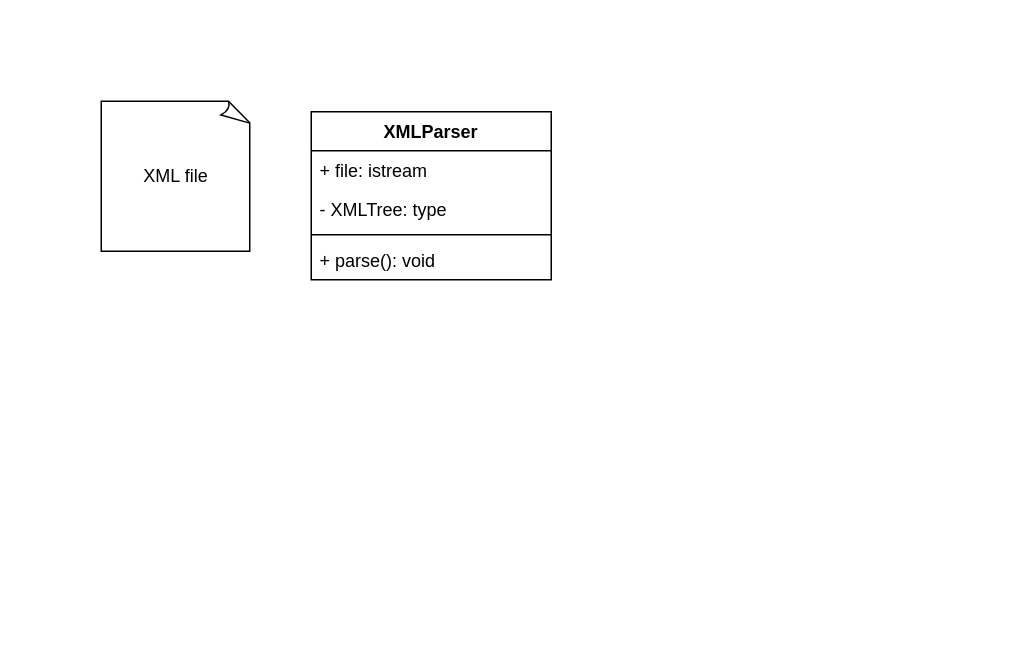
This is class_diagram.drawio from peiwand1/XML_Parser, a draw.io file, before an edit. Source tidied: cells renumbered, new cells numbered last; positions are measured from the earlier drawing's top-left corner, leaving out a move shared by most shapes. Both pictures are drawn from the tidied source at 150%, with x=0, y=0 at pixel (100, 100).
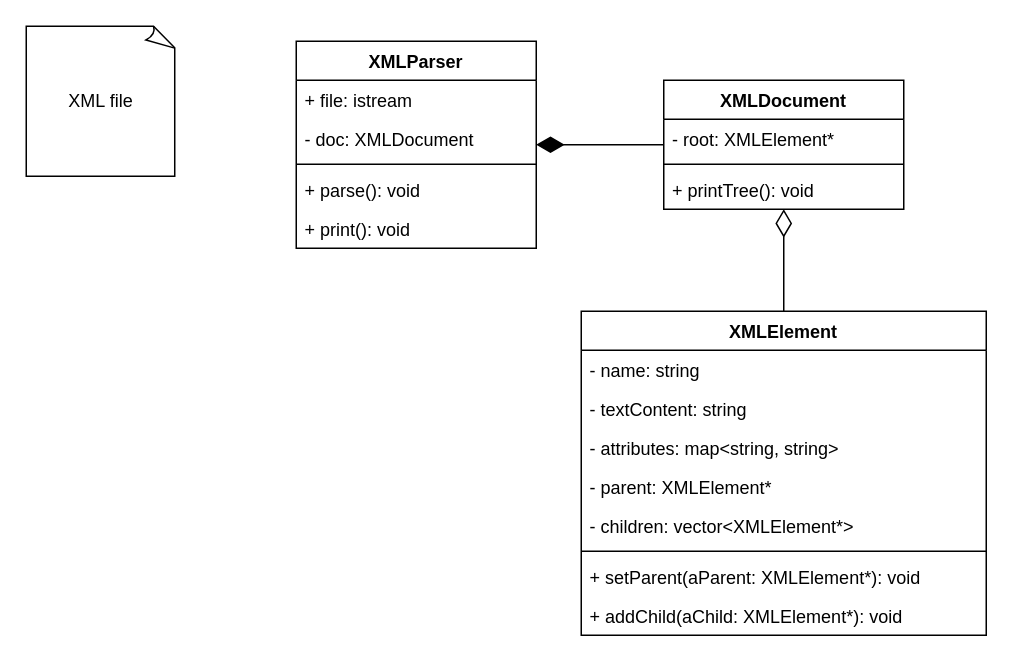
After the change.

Diff of the diagram source:
```diff
@@
     <mxCell id="2" value="XML file" style="whiteSpace=wrap;html=1;shape=mxgraph.basic.document;" parent="1" vertex="1">
-      <mxGeometry width="100" height="100" as="geometry" />
+      <mxGeometry x="-50" y="-50" width="100" height="100" as="geometry" />
     </mxCell>
+    <mxCell id="8" style="edgeStyle=none;html=1;endArrow=none;endFill=0;startArrow=diamondThin;startFill=1;startSize=16;" parent="1" edge="1" source="3" target="11">
+      <mxGeometry relative="1" as="geometry" />
+    </mxCell>
     <mxCell id="3" value="XMLParser" style="swimlane;fontStyle=1;align=center;verticalAlign=top;horizontal=1;startSize=26;" parent="1" vertex="1">
-      <mxGeometry x="140" y="7" width="160" height="112" as="geometry" />
+      <mxGeometry x="130" y="-40" width="160" height="138" as="geometry" />
     </mxCell>
@@
-    <mxCell id="5" value="- XMLTree: type" style="text;strokeColor=none;fillColor=none;align=left;verticalAlign=top;spacingLeft=4;spacingRight=4;overflow=hidden;" parent="3" vertex="1">
+    <mxCell id="5" value="- doc: XMLDocument" style="text;strokeColor=none;fillColor=none;align=left;verticalAlign=top;spacingLeft=4;spacingRight=4;overflow=hidden;" parent="3" vertex="1">
       <mxGeometry y="52" width="160" height="26" as="geometry" />
     </mxCell>
@@
+    <mxCell id="9" value="+ print(): void" style="text;strokeColor=none;fillColor=none;align=left;verticalAlign=top;spacingLeft=4;spacingRight=4;overflow=hidden;" parent="3" vertex="1">
+      <mxGeometry y="112" width="160" height="26" as="geometry" />
+    </mxCell>
+    <mxCell id="10" style="edgeStyle=none;html=1;startArrow=diamondThin;startFill=0;endArrow=none;endFill=0;startSize=16;" parent="1" edge="1" source="11" target="15">
+      <mxGeometry relative="1" as="geometry" />
+    </mxCell>
+    <mxCell id="11" value="XMLDocument" style="swimlane;fontStyle=1;align=center;verticalAlign=top;horizontal=1;startSize=26;" parent="1" vertex="1">
+      <mxGeometry x="375" y="-14" width="160" height="86" as="geometry" />
+    </mxCell>
+    <mxCell id="12" value="- root: XMLElement*" style="text;strokeColor=none;fillColor=none;align=left;verticalAlign=top;spacingLeft=4;spacingRight=4;overflow=hidden;" parent="11" vertex="1">
+      <mxGeometry y="26" width="160" height="26" as="geometry" />
+    </mxCell>
+    <mxCell id="13" style="line;strokeWidth=1;fillColor=none;align=left;verticalAlign=middle;spacingTop=-1;spacingLeft=3;spacingRight=3;labelPosition=right;strokeColor=inherit;" parent="11" vertex="1">
+      <mxGeometry y="52" width="160" height="8" as="geometry" />
+    </mxCell>
+    <mxCell id="14" value="+ printTree(): void" style="text;strokeColor=none;fillColor=none;align=left;verticalAlign=top;spacingLeft=4;spacingRight=4;overflow=hidden;" parent="11" vertex="1">
+      <mxGeometry y="60" width="160" height="26" as="geometry" />
+    </mxCell>
+    <mxCell id="15" value="XMLElement" style="swimlane;fontStyle=1;align=center;verticalAlign=top;horizontal=1;startSize=26;" parent="1" vertex="1">
+      <mxGeometry x="320" y="140" width="270" height="216" as="geometry" />
+    </mxCell>
+    <mxCell id="16" value="- name: string" style="text;strokeColor=none;fillColor=none;align=left;verticalAlign=top;spacingLeft=4;spacingRight=4;overflow=hidden;" parent="15" vertex="1">
+      <mxGeometry y="26" width="270" height="26" as="geometry" />
+    </mxCell>
+    <mxCell id="17" value="- textContent: string" style="text;strokeColor=none;fillColor=none;align=left;verticalAlign=top;spacingLeft=4;spacingRight=4;overflow=hidden;" parent="15" vertex="1">
+      <mxGeometry y="52" width="270" height="26" as="geometry" />
+    </mxCell>
+    <mxCell id="18" value="- attributes: map&lt;string, string&gt;" style="text;strokeColor=none;fillColor=none;align=left;verticalAlign=top;spacingLeft=4;spacingRight=4;overflow=hidden;" parent="15" vertex="1">
+      <mxGeometry y="78" width="270" height="26" as="geometry" />
+    </mxCell>
+    <mxCell id="19" value="- parent: XMLElement*" style="text;strokeColor=none;fillColor=none;align=left;verticalAlign=top;spacingLeft=4;spacingRight=4;overflow=hidden;" parent="15" vertex="1">
+      <mxGeometry y="104" width="270" height="26" as="geometry" />
+    </mxCell>
+    <mxCell id="20" value="- children: vector&lt;XMLElement*&gt;" style="text;strokeColor=none;fillColor=none;align=left;verticalAlign=top;spacingLeft=4;spacingRight=4;overflow=hidden;" parent="15" vertex="1">
+      <mxGeometry y="130" width="270" height="26" as="geometry" />
+    </mxCell>
+    <mxCell id="21" style="line;strokeWidth=1;fillColor=none;align=left;verticalAlign=middle;spacingTop=-1;spacingLeft=3;spacingRight=3;labelPosition=right;strokeColor=inherit;" parent="15" vertex="1">
+      <mxGeometry y="156" width="270" height="8" as="geometry" />
+    </mxCell>
+    <mxCell id="22" value="+ setParent(aParent: XMLElement*): void" style="text;strokeColor=none;fillColor=none;align=left;verticalAlign=top;spacingLeft=4;spacingRight=4;overflow=hidden;" parent="15" vertex="1">
+      <mxGeometry y="164" width="270" height="26" as="geometry" />
+    </mxCell>
+    <mxCell id="23" value="+ addChild(aChild: XMLElement*): void" style="text;strokeColor=none;fillColor=none;align=left;verticalAlign=top;spacingLeft=4;spacingRight=4;overflow=hidden;" parent="15" vertex="1">
+      <mxGeometry y="190" width="270" height="26" as="geometry" />
+    </mxCell>
```
